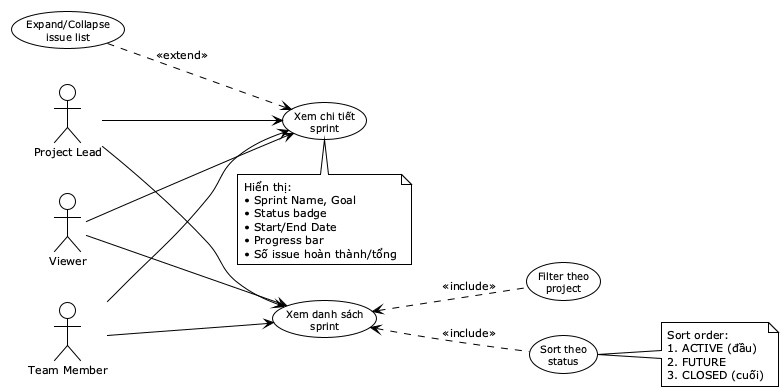
toantran292/datn keeps this PlantUML diagram as reports/dat-examples/report/images/uc02_4_view_sprints.png. Above is the earlier version.
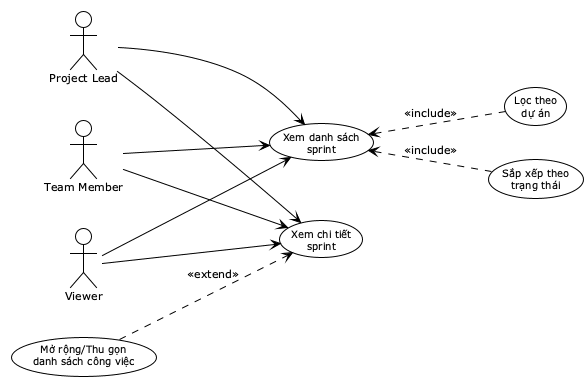
The same file after the commit.

Diff of the diagram source:
```diff
@@ -10,10 +10,10 @@
 actor "Viewer" as V
 
 usecase "Xem danh sách\nsprint" as UC_List
-usecase "Filter theo\nproject" as UC_Filter
-usecase "Sort theo\nstatus" as UC_Sort
+usecase "Lọc theo\ndự án" as UC_Filter
+usecase "Sắp xếp theo\ntrạng thái" as UC_Sort
 usecase "Xem chi tiết\nsprint" as UC_Detail
-usecase "Expand/Collapse\nissue list" as UC_Expand
+usecase "Mở rộng/Thu gọn\ndanh sách công việc" as UC_Expand
 
 PL --> UC_List
 TM --> UC_List
@@ -28,20 +28,6 @@
 
 UC_Expand ..> UC_Detail : <<extend>>
 
-note right of UC_Sort
-  Sort order:
-  1. ACTIVE (đầu)
-  2. FUTURE
-  3. CLOSED (cuối)
-end note
 
-note bottom of UC_Detail
-  Hiển thị:
-  • Sprint Name, Goal
-  • Status badge
-  • Start/End Date
-  • Progress bar
-  • Số issue hoàn thành/tổng
-end note
 
 @enduml
```
